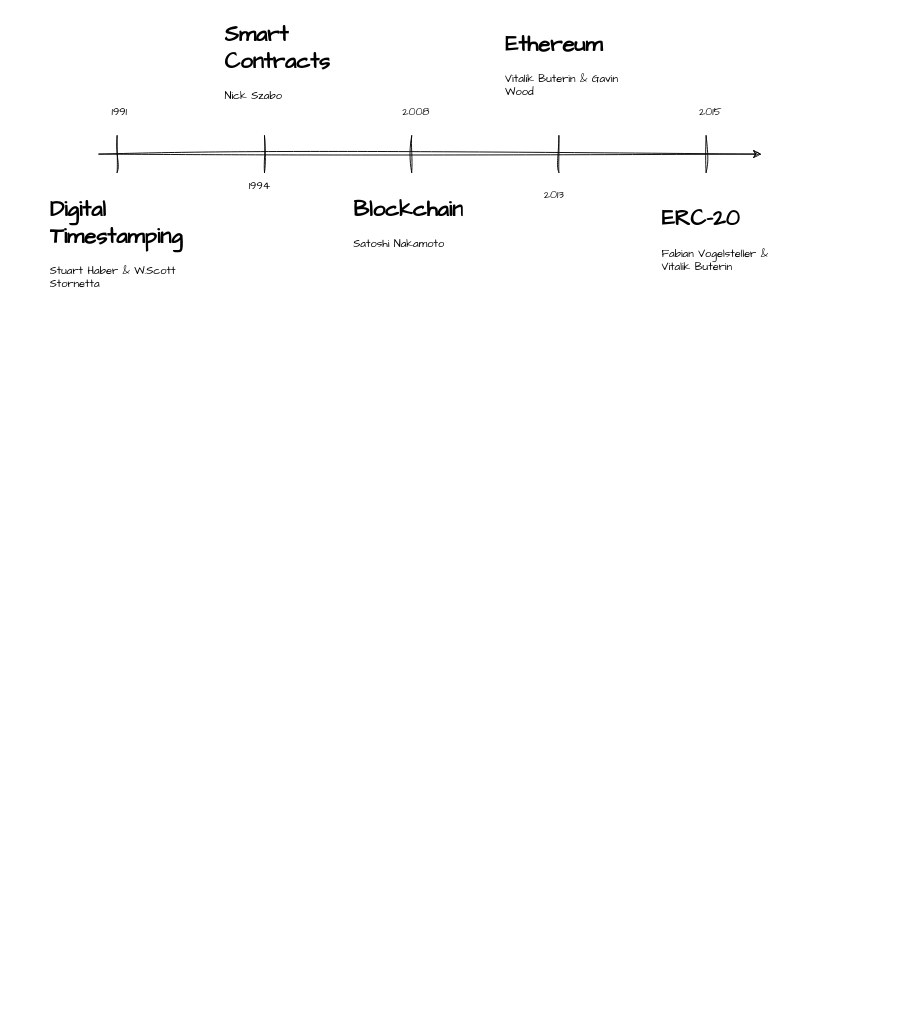
This is CA_BlockChain.drawio from sergio-oliveira-br/ca-blockchain-erc20-200tks, a draw.io file, before an edit. Source tidied: cells renumbered, new cells numbered last; positions are measured from the earlier drawing's top-left corner, leaving out a move shared by most shapes. Both pictures are drawn from the tidied source at 92%, with x=0, y=0 at pixel (48, 16).
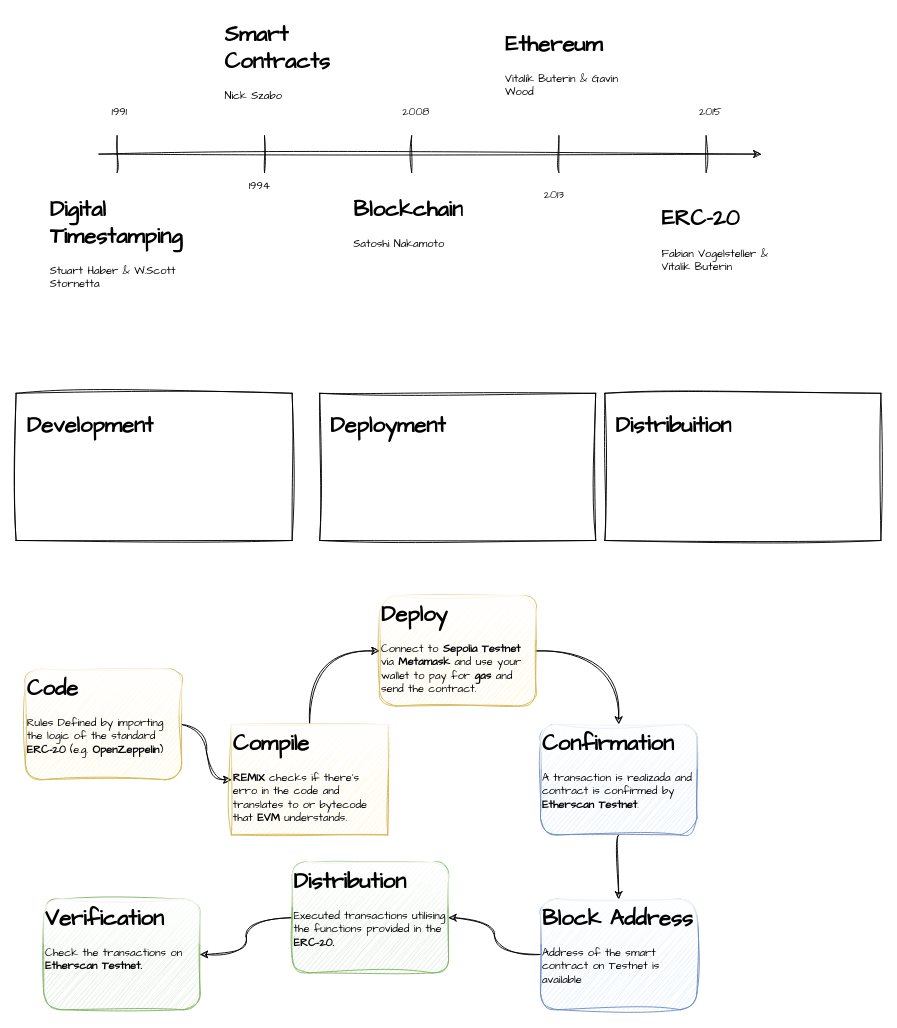
After the change.

Change to the diagram source:
```diff
@@
+    <mxCell id="18" style="rounded=0;whiteSpace=wrap;html=1;sketch=1;curveFitting=1;jiggle=2;" parent="1" vertex="1">
+      <mxGeometry x="-35" y="410" width="300" height="160" as="geometry" />
+    </mxCell>
+    <mxCell id="19" style="rounded=0;whiteSpace=wrap;html=1;sketch=1;curveFitting=1;jiggle=2;" parent="1" vertex="1">
+      <mxGeometry x="295" y="410" width="300" height="160" as="geometry" />
+    </mxCell>
+    <mxCell id="20" style="rounded=0;whiteSpace=wrap;html=1;sketch=1;curveFitting=1;jiggle=2;" parent="1" vertex="1">
+      <mxGeometry x="605" y="410" width="300" height="160" as="geometry" />
+    </mxCell>
+    <mxCell id="21" value="&lt;h1 style=&quot;margin-top: 0px;&quot;&gt;Development&lt;/h1&gt;" style="text;html=1;whiteSpace=wrap;overflow=hidden;rounded=0;fontFamily=Comic Sans MS;" parent="1" vertex="1">
+      <mxGeometry x="-25" y="425" width="210" height="55" as="geometry" />
+    </mxCell>
+    <mxCell id="22" value="&lt;h1 style=&quot;margin-top: 0px;&quot;&gt;Deployment&lt;/h1&gt;" style="text;html=1;whiteSpace=wrap;overflow=hidden;rounded=0;fontFamily=Comic Sans MS;" parent="1" vertex="1">
+      <mxGeometry x="305" y="425" width="210" height="55" as="geometry" />
+    </mxCell>
+    <mxCell id="23" value="&lt;h1 style=&quot;margin-top: 0px;&quot;&gt;Distribuition&lt;/h1&gt;" style="text;html=1;whiteSpace=wrap;overflow=hidden;rounded=0;fontFamily=Comic Sans MS;" parent="1" vertex="1">
+      <mxGeometry x="615" y="425" width="210" height="55" as="geometry" />
+    </mxCell>
+    <mxCell id="24" style="edgeStyle=orthogonalEdgeStyle;rounded=0;jettySize=auto;html=1;sketch=1;curveFitting=1;jiggle=2;curved=1;" parent="1" edge="1" source="25" target="27">
+      <mxGeometry relative="1" as="geometry" />
+    </mxCell>
+    <mxCell id="25" value="&lt;h1 style=&quot;margin-top: 0px;&quot;&gt;Code&lt;/h1&gt;&lt;p&gt;Rules Defined by importing the logic of the standard &lt;b&gt;ERC-20&lt;/b&gt; (e.g. &lt;b&gt;OpenZeppelin&lt;/b&gt;)&lt;/p&gt;" style="text;html=1;whiteSpace=wrap;overflow=hidden;rounded=1;fontFamily=Comic Sans MS;sketch=1;curveFitting=1;jiggle=2;fillColor=#fff2cc;strokeColor=#d6b656;glass=1;" parent="1" vertex="1">
+      <mxGeometry x="-25" y="710" width="170" height="120" as="geometry" />
+    </mxCell>
+    <mxCell id="26" style="edgeStyle=orthogonalEdgeStyle;rounded=0;jettySize=auto;html=1;entryX=0;entryY=0.5;entryDx=0;entryDy=0;sketch=1;curveFitting=1;jiggle=2;curved=1;" parent="1" edge="1" source="27" target="29">
+      <mxGeometry relative="1" as="geometry" />
+    </mxCell>
+    <mxCell id="27" value="&lt;h1 style=&quot;margin-top: 0px;&quot;&gt;Compile&lt;/h1&gt;&lt;p&gt;&lt;b&gt;REMIX&lt;/b&gt; checks if there's erro in the code and translates to or bytecode that &lt;b&gt;EVM &lt;/b&gt;understands.&lt;/p&gt;" style="text;html=1;whiteSpace=wrap;overflow=hidden;rounded=0;fontFamily=Comic Sans MS;fillColor=#fff2cc;strokeColor=#d6b656;sketch=1;curveFitting=1;jiggle=2;glass=1;" parent="1" vertex="1">
+      <mxGeometry x="199" y="770" width="170" height="120" as="geometry" />
+    </mxCell>
+    <mxCell id="28" style="edgeStyle=orthogonalEdgeStyle;rounded=0;jettySize=auto;html=1;sketch=1;curveFitting=1;jiggle=2;curved=1;" parent="1" edge="1" source="29" target="31">
+      <mxGeometry relative="1" as="geometry" />
+    </mxCell>
+    <mxCell id="29" value="&lt;h1 style=&quot;margin-top: 0px;&quot;&gt;Deploy&lt;/h1&gt;&lt;h1 style=&quot;margin-top: 0px;&quot;&gt;&lt;p style=&quot;font-size: 12px;&quot;&gt;&lt;span style=&quot;font-weight: 400;&quot;&gt;Connect to &lt;/span&gt;Sepolia Testnet&lt;span style=&quot;font-weight: 400;&quot;&gt; via &lt;/span&gt;Metamask&lt;span style=&quot;font-weight: 400;&quot;&gt; and use your wallet to pay for &lt;/span&gt;gas&lt;span style=&quot;font-weight: 400;&quot;&gt; and send the contract.&lt;/span&gt;&lt;/p&gt;&lt;/h1&gt;" style="text;html=1;whiteSpace=wrap;overflow=hidden;rounded=1;fontFamily=Comic Sans MS;fillColor=#fff2cc;strokeColor=#d6b656;sketch=1;curveFitting=1;jiggle=2;glass=1;" parent="1" vertex="1">
+      <mxGeometry x="360" y="630" width="170" height="120" as="geometry" />
+    </mxCell>
+    <mxCell id="30" style="edgeStyle=orthogonalEdgeStyle;rounded=0;jettySize=auto;html=1;sketch=1;curveFitting=1;jiggle=2;curved=1;" parent="1" edge="1" source="31" target="33">
+      <mxGeometry relative="1" as="geometry" />
+    </mxCell>
+    <mxCell id="31" value="&lt;h1 style=&quot;margin-top: 0px;&quot;&gt;Confirmation&lt;/h1&gt;&lt;h1 style=&quot;margin-top: 0px;&quot;&gt;&lt;p style=&quot;font-size: 12px;&quot;&gt;&lt;span style=&quot;font-weight: 400;&quot;&gt;A transaction is realizada and contract is confirmed by &lt;/span&gt;Etherscan Testnet&lt;span style=&quot;font-weight: 400;&quot;&gt;.&lt;/span&gt;&lt;/p&gt;&lt;/h1&gt;" style="text;html=1;whiteSpace=wrap;overflow=hidden;rounded=1;fontFamily=Comic Sans MS;fillColor=#dae8fc;strokeColor=#6c8ebf;sketch=1;curveFitting=1;jiggle=2;glass=1;" parent="1" vertex="1">
+      <mxGeometry x="535" y="770" width="170" height="120" as="geometry" />
+    </mxCell>
+    <mxCell id="32" style="edgeStyle=orthogonalEdgeStyle;rounded=0;jettySize=auto;html=1;curved=1;sketch=1;curveFitting=1;jiggle=2;" parent="1" edge="1" source="33" target="35">
+      <mxGeometry relative="1" as="geometry" />
+    </mxCell>
+    <mxCell id="33" value="&lt;h1 style=&quot;margin-top: 0px;&quot;&gt;Block Address&lt;/h1&gt;&lt;h1 style=&quot;margin-top: 0px;&quot;&gt;&lt;p style=&quot;font-size: 12px; font-weight: 400;&quot;&gt;Address of the smart contract on Testnet is available&lt;/p&gt;&lt;/h1&gt;" style="text;html=1;whiteSpace=wrap;overflow=hidden;rounded=1;fontFamily=Comic Sans MS;fillColor=#dae8fc;strokeColor=#6c8ebf;sketch=1;curveFitting=1;jiggle=2;glass=1;" parent="1" vertex="1">
+      <mxGeometry x="535" y="960" width="170" height="120" as="geometry" />
+    </mxCell>
+    <mxCell id="34" style="edgeStyle=orthogonalEdgeStyle;rounded=0;jettySize=auto;html=1;flowAnimation=0;sketch=1;curveFitting=1;jiggle=2;curved=1;" parent="1" edge="1" source="35" target="36">
+      <mxGeometry relative="1" as="geometry" />
+    </mxCell>
+    <mxCell id="35" value="&lt;h1 style=&quot;margin-top: 0px;&quot;&gt;Distribution&lt;/h1&gt;&lt;h1 style=&quot;margin-top: 0px;&quot;&gt;&lt;p style=&quot;font-size: 12px;&quot;&gt;&lt;span style=&quot;font-weight: 400;&quot;&gt;Executed transactions utilising the functions provided in the &lt;/span&gt;ERC-20.&lt;/p&gt;&lt;/h1&gt;" style="text;html=1;whiteSpace=wrap;overflow=hidden;rounded=1;fontFamily=Comic Sans MS;fillColor=#d5e8d4;strokeColor=#82b366;sketch=1;curveFitting=1;jiggle=2;glass=1;" parent="1" vertex="1">
+      <mxGeometry x="265" y="920" width="170" height="120" as="geometry" />
+    </mxCell>
+    <mxCell id="36" value="&lt;h1 style=&quot;margin-top: 0px;&quot;&gt;Verification&lt;/h1&gt;&lt;h1 style=&quot;margin-top: 0px;&quot;&gt;&lt;p style=&quot;font-size: 12px;&quot;&gt;&lt;span style=&quot;font-weight: 400;&quot;&gt;Check the transactions on &lt;/span&gt;Etherscan Testnet.&lt;/p&gt;&lt;/h1&gt;" style="text;html=1;whiteSpace=wrap;overflow=hidden;rounded=1;fontFamily=Comic Sans MS;fillColor=#d5e8d4;strokeColor=#82b366;sketch=1;curveFitting=1;jiggle=2;glass=1;" parent="1" vertex="1">
+      <mxGeometry x="-5" y="960" width="170" height="120" as="geometry" />
+    </mxCell>
```
